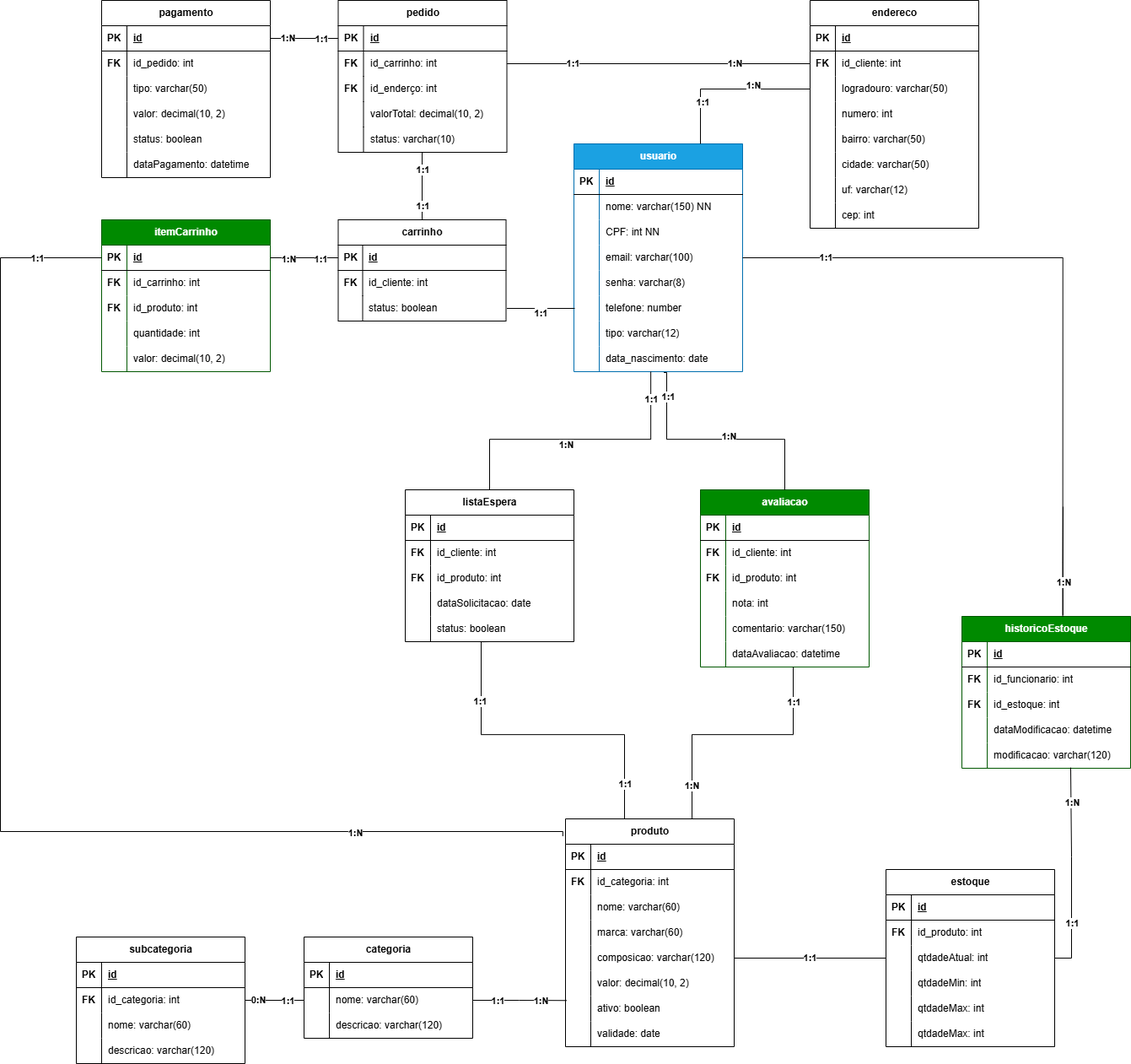
Earlier version of the draw.io export docs/public/Diagrama de Classes.drawio.png (MBrancalione/devSistemas). Source tidied: cells renumbered, new cells last; positions are measured from the earlier drawing's top-left corner, leaving out a move shared by most shapes.
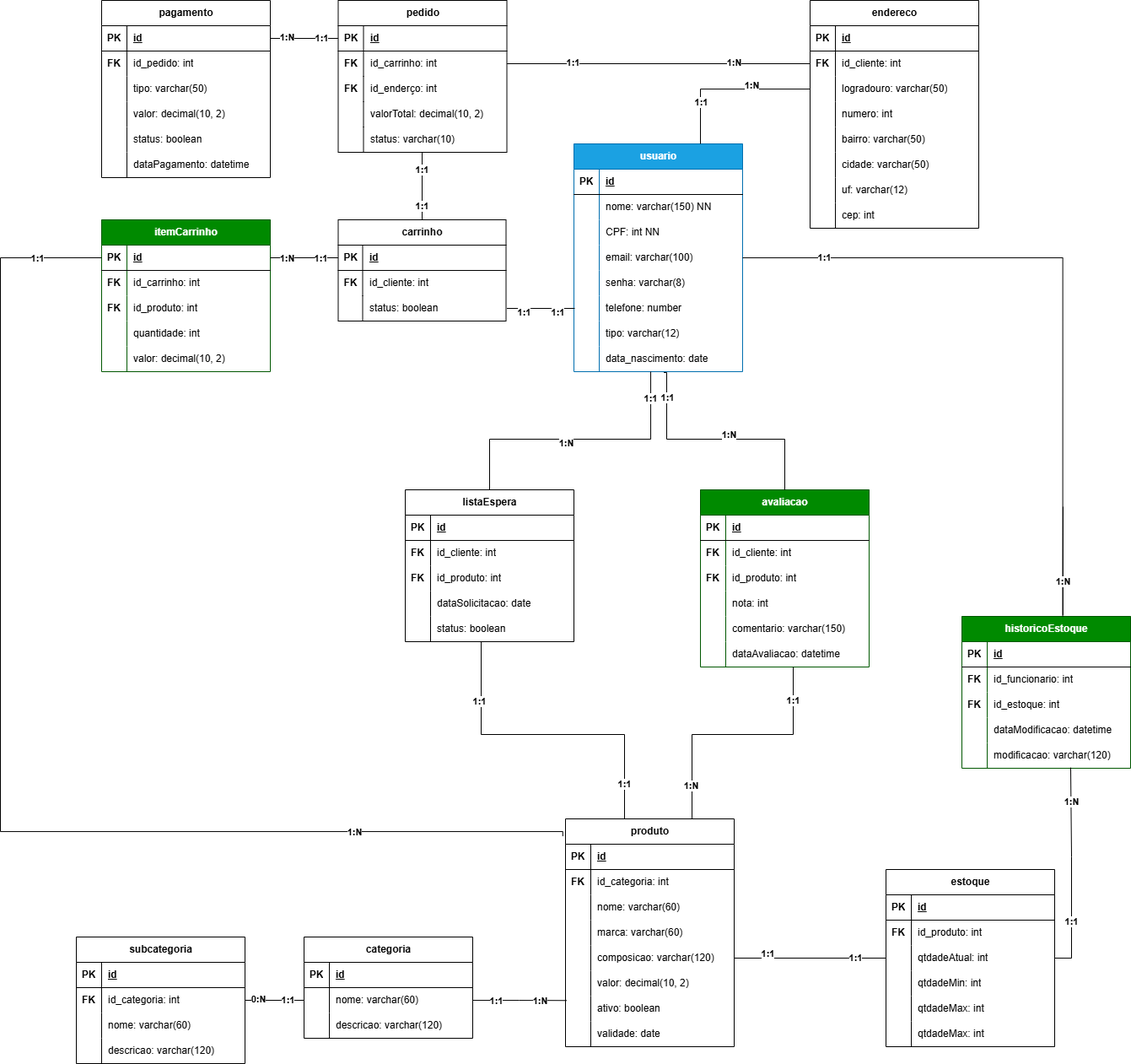
Above is the later version.

Commit message:
alteração diagrama de classe

Diff of the diagram source:
```diff
@@ -599,9 +599,14 @@
     </mxCell>
     <mxCell id="193" value="&lt;b&gt;1:1&lt;/b&gt;" style="edgeLabel;html=1;align=center;verticalAlign=middle;" parent="192" vertex="1">
       <mxGeometry x="0.1" y="5" relative="1" as="geometry">
-        <mxPoint x="1" as="offset" />
+        <mxPoint x="-17" as="offset" />
       </mxGeometry>
     </mxCell>
+    <mxCell id="278" value="&lt;b&gt;1:1&lt;/b&gt;" style="edgeLabel;html=1;align=center;verticalAlign=middle;" parent="192" vertex="1">
+      <mxGeometry x="0.1" y="5" relative="1" as="geometry">
+        <mxPoint x="23" as="offset" />
+      </mxGeometry>
+    </mxCell>
     <mxCell id="194" value="pagamento" style="shape=table;startSize=30;rowLines=0;fontStyle=1;align=center;html=1;" parent="1" vertex="1">
       <mxGeometry x="120" width="200" height="210" as="geometry" />
     </mxCell>
@@ -850,8 +855,15 @@
       <mxGeometry relative="1" as="geometry" />
     </mxCell>
     <mxCell id="264" value="&lt;b&gt;1:1&lt;/b&gt;" style="edgeLabel;html=1;align=center;verticalAlign=middle;" parent="263" vertex="1">
-      <mxGeometry x="-0.02" y="1" relative="1" as="geometry" />
+      <mxGeometry x="-0.02" y="1" relative="1" as="geometry">
+        <mxPoint x="56" y="1" as="offset" />
+      </mxGeometry>
     </mxCell>
+    <mxCell id="279" value="&lt;b&gt;1:1&lt;/b&gt;" style="edgeLabel;html=1;align=center;verticalAlign=middle;" parent="263" vertex="1">
+      <mxGeometry x="-0.02" y="1" relative="1" as="geometry">
+        <mxPoint x="-48" y="-4" as="offset" />
+      </mxGeometry>
+    </mxCell>
     <mxCell id="265" style="edgeStyle=orthogonalEdgeStyle;rounded=0;jettySize=auto;html=1;entryX=0.006;entryY=0.175;entryDx=0;entryDy=0;entryPerimeter=0;endArrow=none;endFill=0;" parent="1" edge="1" source="56" target="81">
       <mxGeometry relative="1" as="geometry" />
     </mxCell>
```
